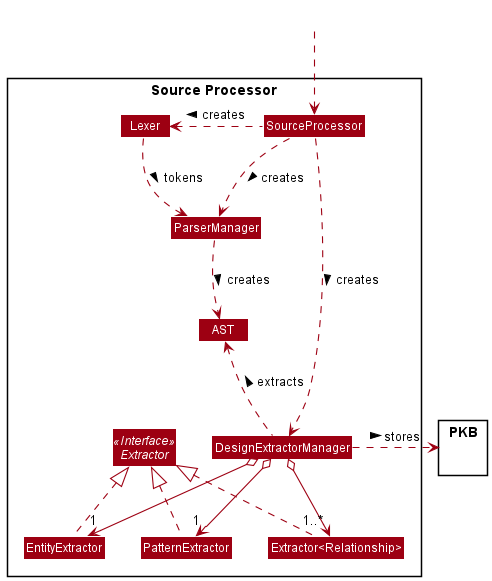
The PlantUML diagram Team05/Code05/docs/SPClassDiagram.png in lowkangn/22s1-cp-spa-team-05, before a commit. Source of this version:
```plantuml
@startuml
!include style.puml
skinparam arrowThickness 1.1
skinparam arrowColor SP_COLOR
skinparam classBackgroundColor SP_COLOR

Package "Source Processor" <<Rectangle>>{
Interface Extractor <<Interface>>

Class SourceProcessor
Class Lexer
Class ParserManager
Class EntityExtractor
Class PatternExtractor
Class "Extractor<Relationship>"
Class DesignExtractorManager
Class AST
}

Package PKB {
}

Class HiddenOutside #FFFFFF
HiddenOutside ..> SourceProcessor

DesignExtractorManager o--> "1" EntityExtractor
DesignExtractorManager o--> "1" PatternExtractor
DesignExtractorManager o--> "1..*" "Extractor<Relationship>"

EntityExtractor .up.|> Extractor
PatternExtractor .up.|> Extractor
"Extractor<Relationship>" .up.|> Extractor

SourceProcessor .left.> Lexer: creates >
SourceProcessor ..> ParserManager: creates >
Lexer ..> ParserManager: tokens >
SourceProcessor ..> DesignExtractorManager: creates >
ParserManager ..> AST: creates >
DesignExtractorManager .up.> AST: extracts >

DesignExtractorManager .right.> PKB: stores >
@enduml
```
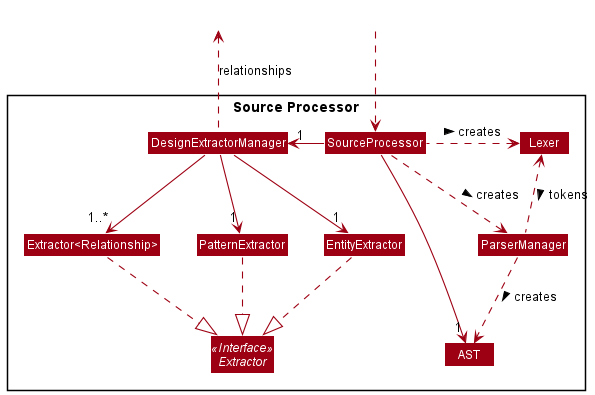
The same file after the commit.

Commit message:
Update Architecture diagram, export pngs

Change to the diagram source:
```diff
@@ -17,26 +17,26 @@
 Class AST
 }
 
-Package PKB {
-}
+Class HiddenOutside #FFFFFF
+Class HiddenOutside2 #FFFFFF
 
-Class HiddenOutside #FFFFFF
 HiddenOutside ..> SourceProcessor
-
-DesignExtractorManager o--> "1" EntityExtractor
-DesignExtractorManager o--> "1" PatternExtractor
-DesignExtractorManager o--> "1..*" "Extractor<Relationship>"
-
-EntityExtractor .up.|> Extractor
-PatternExtractor .up.|> Extractor
-"Extractor<Relationship>" .up.|> Extractor
 
 SourceProcessor .left.> Lexer: creates >
 SourceProcessor ..> ParserManager: creates >
-Lexer ..> ParserManager: tokens >
-SourceProcessor ..> DesignExtractorManager: creates >
+SourceProcessor -right-> "1" DesignExtractorManager
+SourceProcessor -down-> "1" AST
+
+DesignExtractorManager --> "1" EntityExtractor
+DesignExtractorManager --> "1" PatternExtractor
+DesignExtractorManager --> "1..*" "Extractor<Relationship>"
+
+EntityExtractor ..|> Extractor
+PatternExtractor ..|> Extractor
+"Extractor<Relationship>" ..|> Extractor
+
+Lexer <.. ParserManager: tokens >
+
 ParserManager ..> AST: creates >
-DesignExtractorManager .up.> AST: extracts >
-
-DesignExtractorManager .right.> PKB: stores >
+DesignExtractorManager .up.> HiddenOutside2: relationships
 @enduml
```
